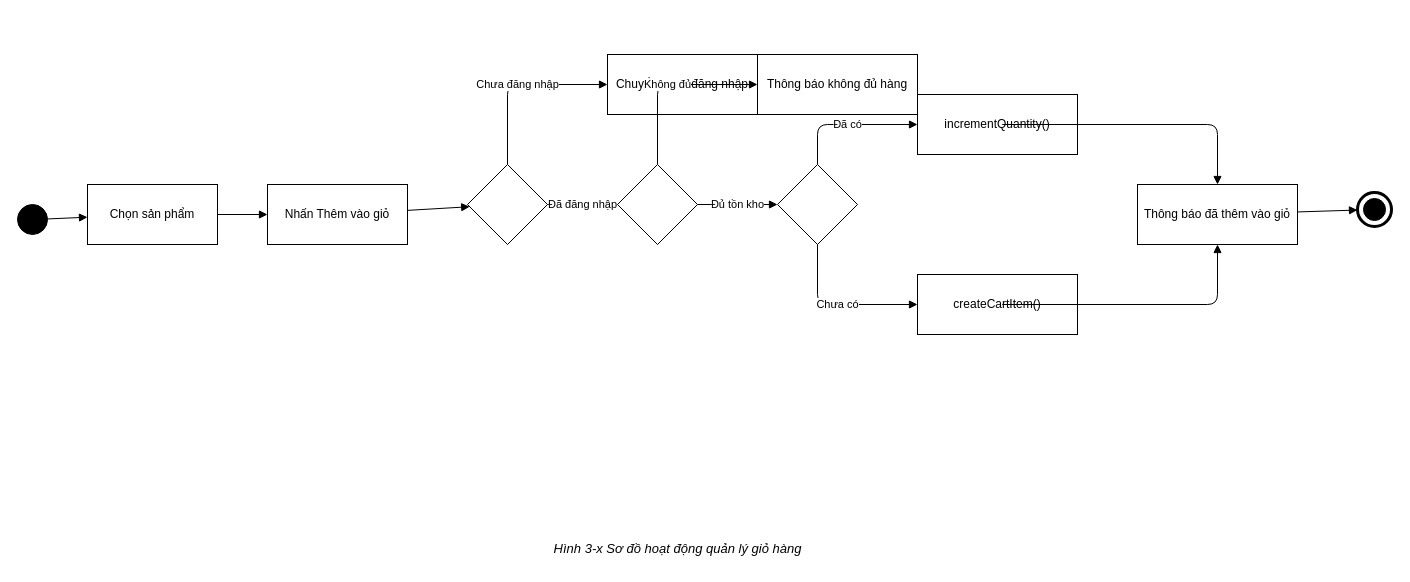
Before: app/Http/doc/activity/04-gio-hang.drawio in thien258/luanvantotnghiep, a draw.io diagram. Source tidied: cells renumbered, new cells numbered last; positions are measured from the earlier drawing's top-left corner, leaving out a move shared by most shapes. Both pictures are drawn from the tidied source at 100%, with x=0, y=0 at pixel (17, 54).
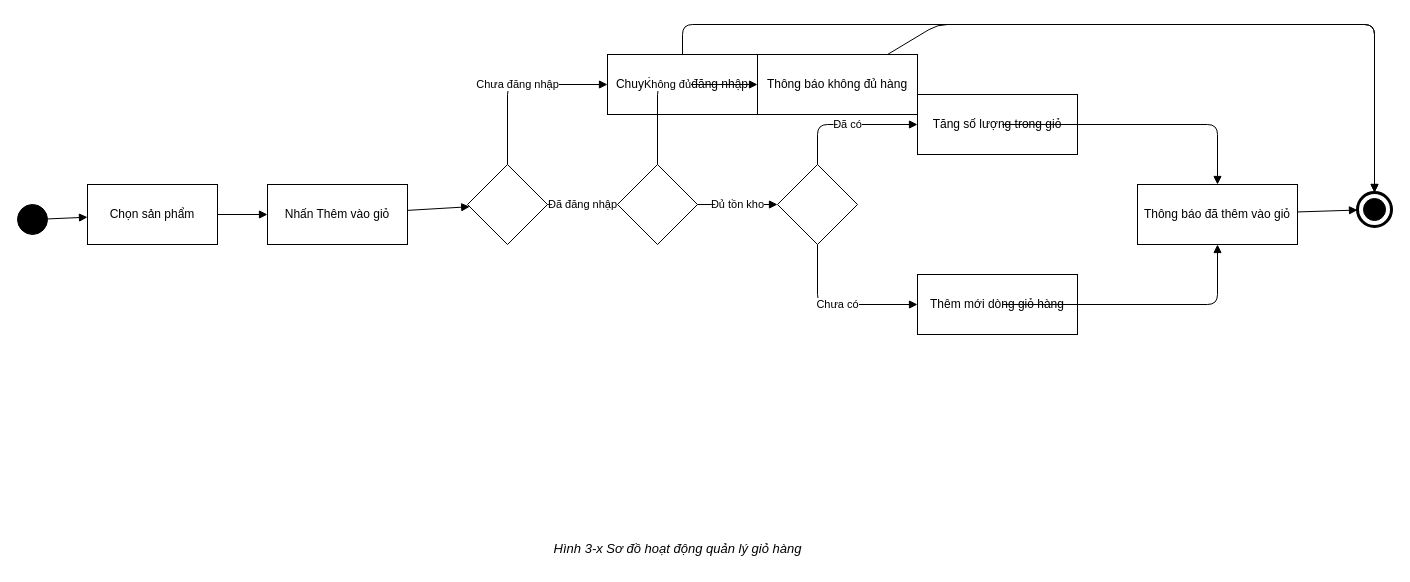
The same page after the edit.

The change refers to these unchanged cells:
```xml
<mxCell id="6" value="Chuyển trang đăng nhập" style="rounded=0;whiteSpace=wrap;html=1;" parent="1" vertex="1">
  <mxGeometry x="590" width="150" height="60" as="geometry" />
</mxCell>
<mxCell id="8" value="Thông báo không đủ hàng" style="rounded=0;whiteSpace=wrap;html=1;" parent="1" vertex="1">
  <mxGeometry x="740" width="160" height="60" as="geometry" />
</mxCell>
<mxCell id="13" style="ellipse;fillColor=#FFFFFF;strokeColor=#000000;strokeWidth=3;" parent="1" vertex="1">
  <mxGeometry x="1340" y="138" width="34" height="34" as="geometry" />
</mxCell>
```

What changed in the source:
```diff
@@
-    <mxCell id="10" value="incrementQuantity()" style="rounded=0;whiteSpace=wrap;html=1;" parent="1" vertex="1">
+    <mxCell id="10" value="Tăng số lượng trong giỏ" style="rounded=0;whiteSpace=wrap;html=1;" parent="1" vertex="1">
       <mxGeometry x="900" y="40" width="160" height="60" as="geometry" />
     </mxCell>
-    <mxCell id="11" value="createCartItem()" style="rounded=0;whiteSpace=wrap;html=1;" parent="1" vertex="1">
+    <mxCell id="11" value="Thêm mới dòng giỏ hàng" style="rounded=0;whiteSpace=wrap;html=1;" parent="1" vertex="1">
       <mxGeometry x="900" y="220" width="160" height="60" as="geometry" />
     </mxCell>
@@
+    <mxCell id="28" style="endArrow=block;endFill=1;html=1;" parent="1" edge="1" source="6" target="13">
+      <mxGeometry relative="1" as="geometry">
+        <Array as="points">
+          <mxPoint x="665" y="-30" />
+          <mxPoint x="1357" y="-30" />
+        </Array>
+      </mxGeometry>
+    </mxCell>
+    <mxCell id="29" style="endArrow=block;endFill=1;html=1;" parent="1" edge="1" source="8" target="13">
+      <mxGeometry relative="1" as="geometry">
+        <Array as="points">
+          <mxPoint x="920" y="-30" />
+          <mxPoint x="1357" y="-30" />
+        </Array>
+      </mxGeometry>
+    </mxCell>
```
